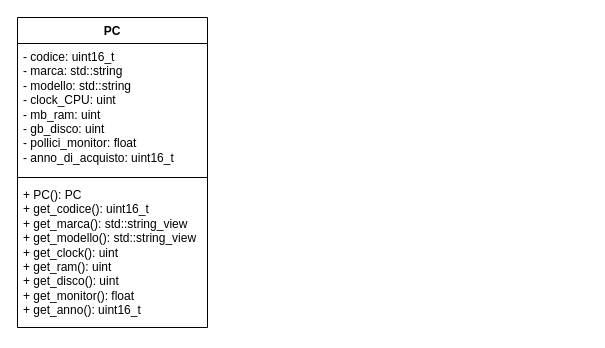
gifede/UML_21_10_2026 keeps this draw.io diagram as Gestionale_UML.drawio. Above is the earlier version. Source tidied: cells renumbered, new cells numbered last; positions are measured from the earlier drawing's top-left corner, leaving out a move shared by most shapes. Both pictures are drawn from the tidied source at 100%, with x=0, y=0 at pixel (17, 17).
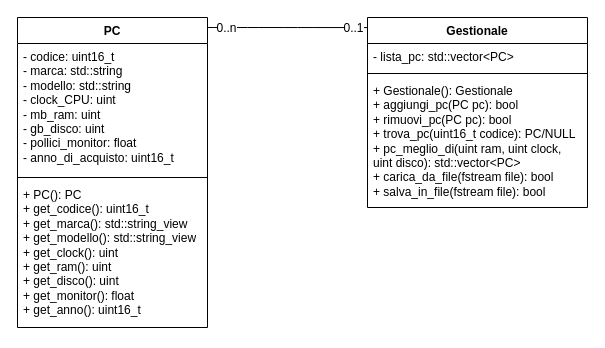
The same page after the edit.

Commit message:
Classe Gestionale

Diff of the diagram source:
```diff
@@
 <mxGraphModel>
   <root>
     <mxCell id="0" />
     <mxCell id="1" parent="0" />
     <mxCell id="2" value="PC" style="swimlane;fontStyle=1;align=center;verticalAlign=top;horizontal=1;startSize=26;whiteSpace=wrap;html=1;" parent="1" vertex="1">
       <mxGeometry width="190" height="310" as="geometry" />
     </mxCell>
     <mxCell id="3" value="&lt;div&gt;- codice: uint16_t&lt;/div&gt;&lt;div&gt;- marca: std::string&lt;/div&gt;&lt;div&gt;- modello: std::string&lt;/div&gt;&lt;div&gt;- clock_CPU: uint&lt;/div&gt;&lt;div&gt;- mb_ram: uint&lt;/div&gt;&lt;div&gt;- gb_disco: uint&lt;/div&gt;&lt;div&gt;- pollici_monitor: float&lt;/div&gt;&lt;div&gt;- anno_di_acquisto: uint16_t&lt;/div&gt;" style="text;strokeColor=none;fillColor=none;align=left;verticalAlign=top;spacingLeft=4;spacingRight=4;overflow=hidden;whiteSpace=wrap;html=1;" parent="2" vertex="1">
       <mxGeometry y="26" width="190" height="130" as="geometry" />
     </mxCell>
     <mxCell id="4" style="line;strokeWidth=1;fillColor=none;align=left;verticalAlign=middle;spacingTop=-1;spacingLeft=3;spacingRight=3;labelPosition=right;strokeColor=inherit;" parent="2" vertex="1">
       <mxGeometry y="156" width="190" height="8" as="geometry" />
     </mxCell>
     <mxCell id="5" value="&lt;div&gt;+ PC(): PC&lt;/div&gt;&lt;div&gt;+ get_codice(): uint16_t&lt;/div&gt;&lt;div&gt;+ get_marca(): std::string_view&lt;/div&gt;&lt;div&gt;+ get_modello(): std::string_view&lt;/div&gt;&lt;div&gt;+ get_clock(): uint&lt;/div&gt;&lt;div&gt;+ get_ram(): uint&lt;/div&gt;&lt;div&gt;+ get_disco(): uint&lt;/div&gt;&lt;div&gt;+ get_monitor(): float&lt;/div&gt;&lt;div&gt;+ get_anno(): uint16_t&lt;/div&gt;" style="text;strokeColor=none;fillColor=none;align=left;verticalAlign=top;spacingLeft=4;spacingRight=4;overflow=hidden;whiteSpace=wrap;html=1;" parent="2" vertex="1">
       <mxGeometry y="164" width="190" height="146" as="geometry" />
     </mxCell>
+    <mxCell id="6" value="Gestionale" style="swimlane;fontStyle=1;align=center;verticalAlign=top;horizontal=1;startSize=26;whiteSpace=wrap;html=1;" parent="1" vertex="1">
+      <mxGeometry x="350" width="220" height="190" as="geometry" />
+    </mxCell>
+    <mxCell id="7" value="- lista_pc: std::vector&amp;lt;PC&amp;gt;" style="text;strokeColor=none;fillColor=none;align=left;verticalAlign=top;spacingLeft=4;spacingRight=4;overflow=hidden;whiteSpace=wrap;html=1;" parent="6" vertex="1">
+      <mxGeometry y="26" width="220" height="26" as="geometry" />
+    </mxCell>
+    <mxCell id="8" style="line;strokeWidth=1;fillColor=none;align=left;verticalAlign=middle;spacingTop=-1;spacingLeft=3;spacingRight=3;labelPosition=right;strokeColor=inherit;" parent="6" vertex="1">
+      <mxGeometry y="52" width="220" height="8" as="geometry" />
+    </mxCell>
+    <mxCell id="9" value="&lt;div&gt;+ Gestionale(): Gestionale&amp;nbsp;&lt;/div&gt;&lt;div&gt;+ aggiungi_pc(PC pc): bool&lt;/div&gt;&lt;div&gt;+ rimuovi_pc(PC pc): bool&lt;/div&gt;&lt;div&gt;+ trova_pc(uint16_t codice): PC/NULL&lt;/div&gt;&lt;div&gt;+ pc_meglio_di(uint ram, uint clock, uint disco): std::vector&amp;lt;PC&amp;gt;&lt;/div&gt;&lt;div&gt;+ carica_da_file(fstream file): bool&lt;/div&gt;&lt;div&gt;+ salva_in_file(fstream file): bool&lt;/div&gt;" style="text;strokeColor=none;fillColor=none;align=left;verticalAlign=top;spacingLeft=4;spacingRight=4;overflow=hidden;whiteSpace=wrap;html=1;" parent="6" vertex="1">
+      <mxGeometry y="60" width="220" height="130" as="geometry" />
+    </mxCell>
+    <mxCell id="10" style="edgeStyle=none;jettySize=auto;html=1;rounded=0;fontSize=12;startSize=8;endSize=8;curved=1;entryX=0;entryY=0.053;entryDx=0;entryDy=0;entryPerimeter=0;endArrow=none;endFill=0;" parent="1" edge="1" target="6">
+      <mxGeometry relative="1" as="geometry">
+        <mxPoint x="190" y="10" as="sourcePoint" />
+      </mxGeometry>
+    </mxCell>
+    <mxCell id="11" value="0..n" style="edgeLabel;html=1;align=center;verticalAlign=middle;fontSize=12;" parent="10" vertex="1">
+      <mxGeometry x="-0.76" y="-2" relative="1" as="geometry">
+        <mxPoint y="-2" as="offset" />
+      </mxGeometry>
+    </mxCell>
+    <mxCell id="12" value="0..1" style="edgeLabel;html=1;align=center;verticalAlign=middle;fontSize=12;" parent="10" vertex="1">
+      <mxGeometry x="0.81" y="4" relative="1" as="geometry">
+        <mxPoint y="4" as="offset" />
+      </mxGeometry>
+    </mxCell>
   </root>
 </mxGraphModel>
```
